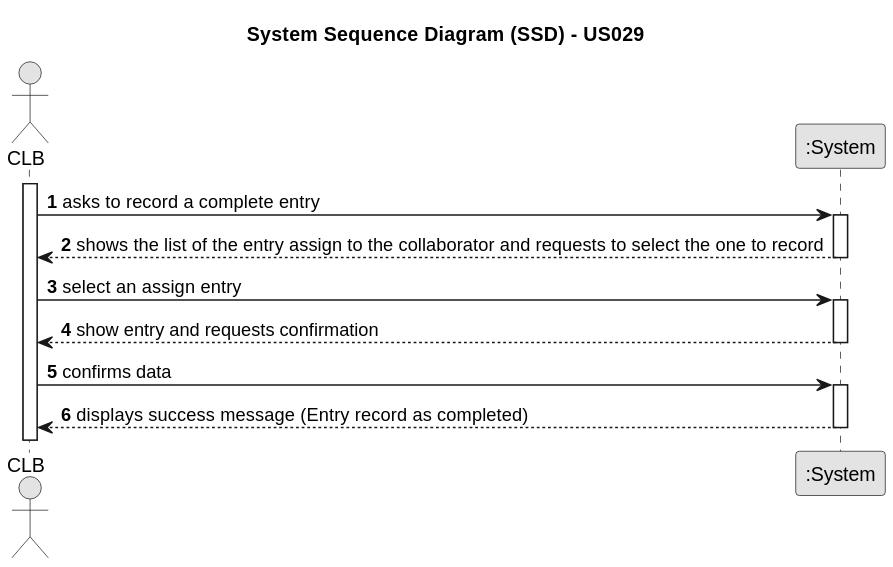
Earlier version of the PlantUML export docs/sprintC/us029/01.requirements-engineering/svg/us029-system-sequence-diagram-alternative-one.svg (ricardomm7/leaflink).
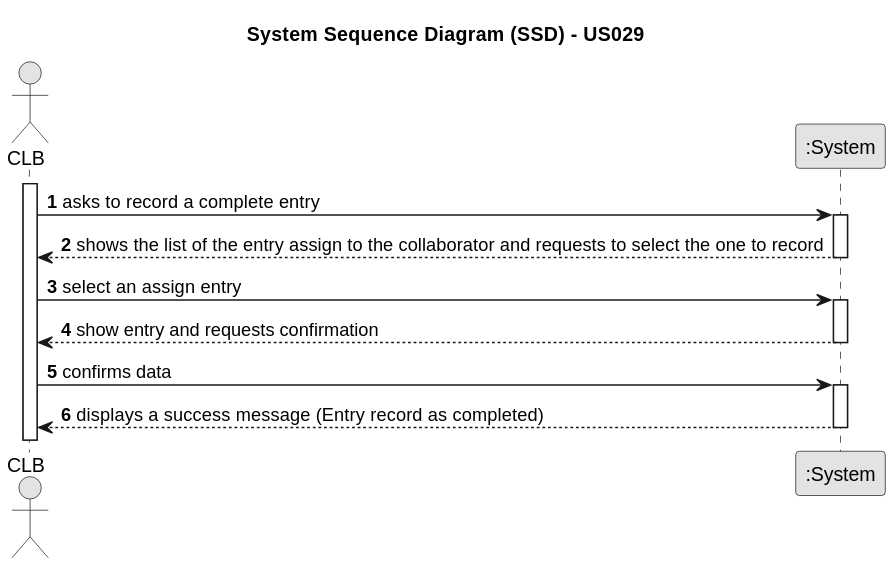
Above is the later version.

Diff of the diagram source:
```diff
@@ -28,6 +28,6 @@
     CLB -> System : confirms data
     activate System
 
-        System --> CLB :  displays success message (Entry record as completed)
+        System --> CLB :  displays a success message (Entry record as completed)
     deactivate System
 @enduml
```
